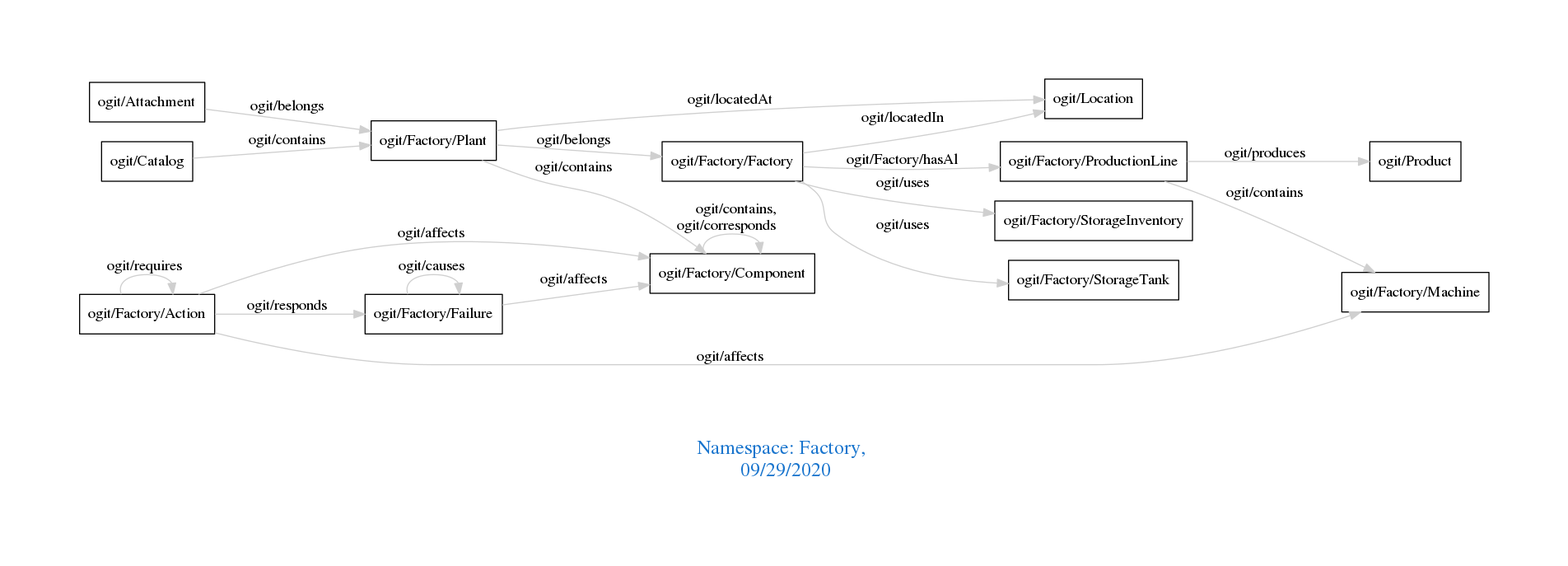
The Graphviz diagram downloads/Factory.png in arago/OGIT, before a commit. Its source is kept beside it as downloads/Factory.dot.
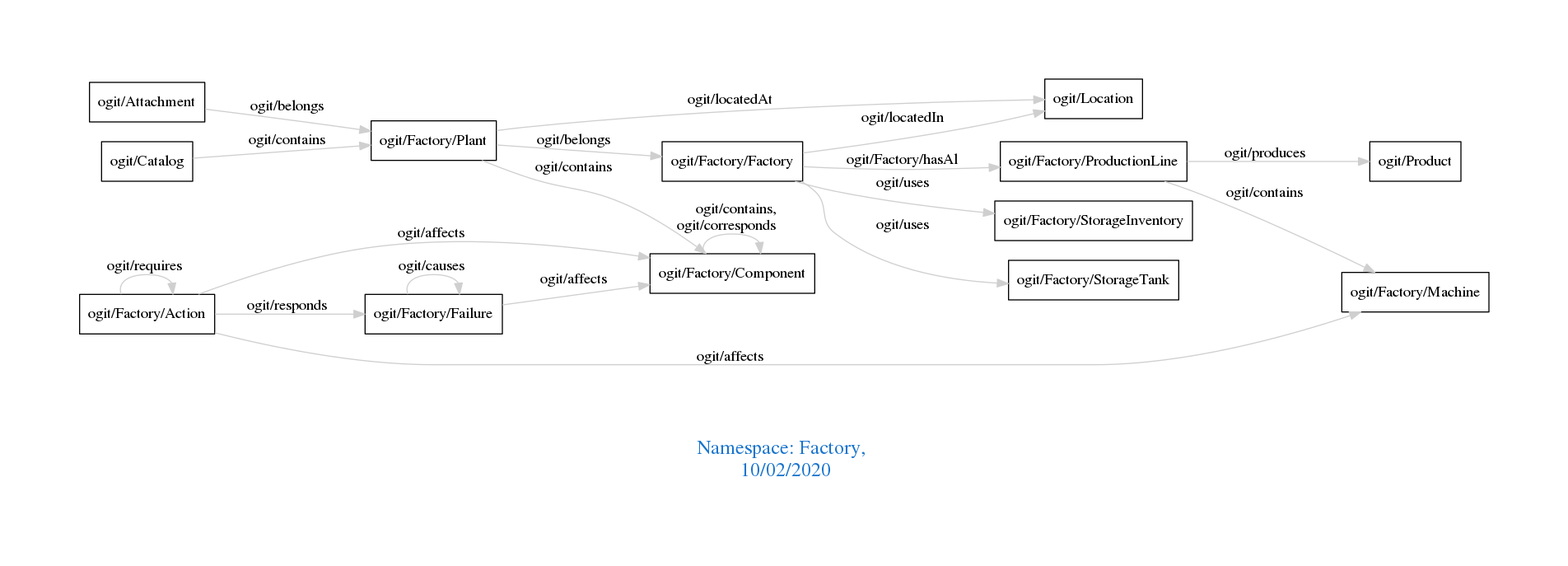
Above is the later version.

Diff of the diagram source:
```diff
@@ -1,7 +1,7 @@
 digraph OGIT_ontology {
  graph [ rankdir= LR,pad=1
 fontsize = 18,
-fontcolor= dodgerblue3,label = "\n\n\nNamespace: Factory, \n 09/29/2020"];
+fontcolor= dodgerblue3,label = "\n\n\nNamespace: Factory, \n 10/02/2020"];
 node[shape=polygon];
 edge [  color="gray81"];
 
```
